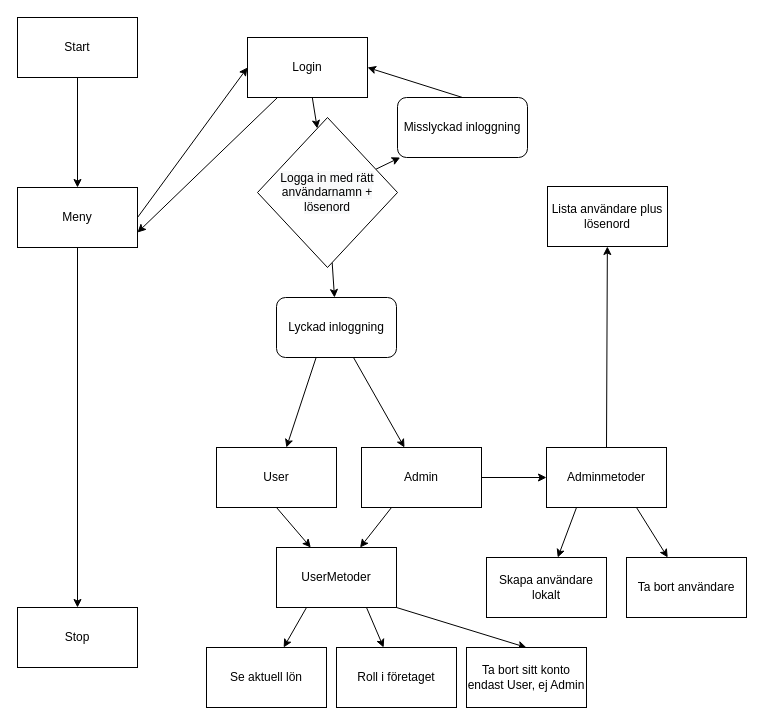
myrlejon/Moneysystem keeps this draw.io diagram as Uppgift1 CICD.drawio. Above is the earlier version. Source tidied: cells renumbered, new cells numbered last; positions are measured from the earlier drawing's top-left corner, leaving out a move shared by most shapes. Both pictures are drawn from the tidied source at 100%, with x=0, y=0 at pixel (17, 17).
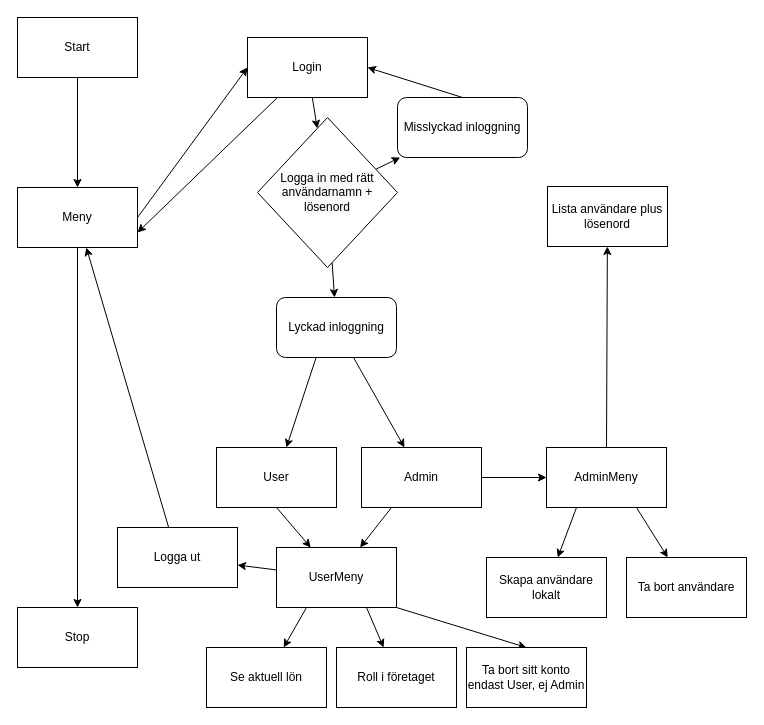
The same diagram, later.

Unchanged cells that the change refers to:
```xml
<mxCell id="31" value="Meny" style="rounded=0;whiteSpace=wrap;html=1;" parent="1" vertex="1">
  <mxGeometry y="170" width="120" height="60" as="geometry" />
</mxCell>
```

Change to the diagram source:
```diff
@@
-    <mxCell id="19" value="Adminmetoder" style="whiteSpace=wrap;html=1;" parent="1" vertex="1">
+    <mxCell id="19" value="AdminMeny" style="whiteSpace=wrap;html=1;" parent="1" vertex="1">
       <mxGeometry x="529" y="430" width="120" height="60" as="geometry" />
     </mxCell>
@@
+    <mxCell id="38" style="edgeStyle=none;rounded=0;jettySize=auto;html=1;" parent="1" edge="1" source="26" target="40">
+      <mxGeometry relative="1" as="geometry" />
+    </mxCell>
-    <mxCell id="26" value="UserMetoder" style="rounded=0;whiteSpace=wrap;html=1;" parent="1" vertex="1">
+    <mxCell id="26" value="UserMeny" style="rounded=0;whiteSpace=wrap;html=1;" parent="1" vertex="1">
       <mxGeometry x="259" y="530" width="120" height="60" as="geometry" />
     </mxCell>
@@
+    <mxCell id="39" style="edgeStyle=none;rounded=0;jettySize=auto;html=1;" parent="1" edge="1" source="40" target="31">
+      <mxGeometry relative="1" as="geometry" />
+    </mxCell>
+    <mxCell id="40" value="Logga ut" style="rounded=0;whiteSpace=wrap;html=1;" parent="1" vertex="1">
+      <mxGeometry x="100" y="510" width="120" height="60" as="geometry" />
+    </mxCell>
```
